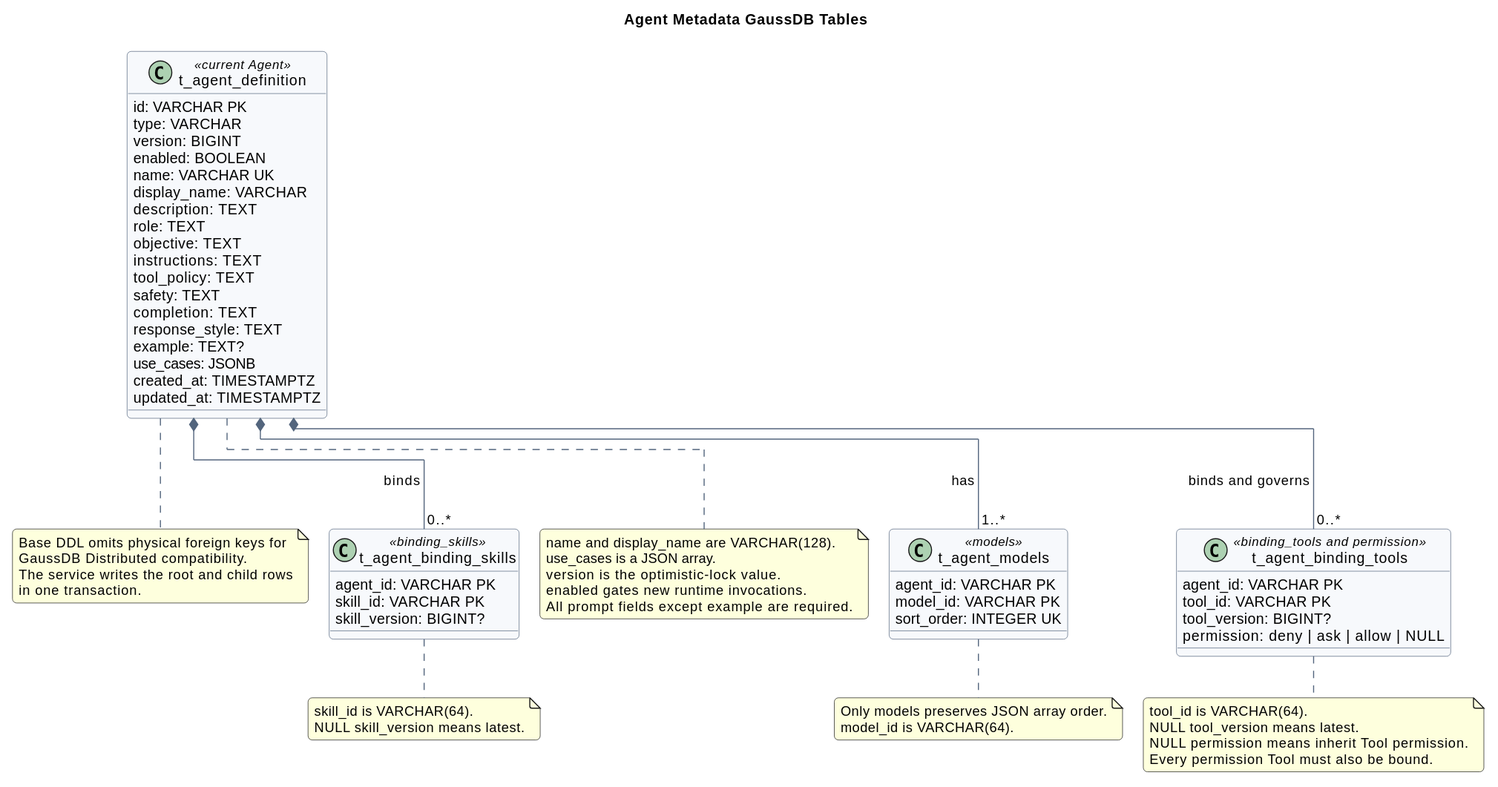
Before: agent-metadata-gaussdb-design/agent_metadata_gaussdb_model.svg, a diagram exported from PlantUML (superheromeZzh/pi-mono-java-design).
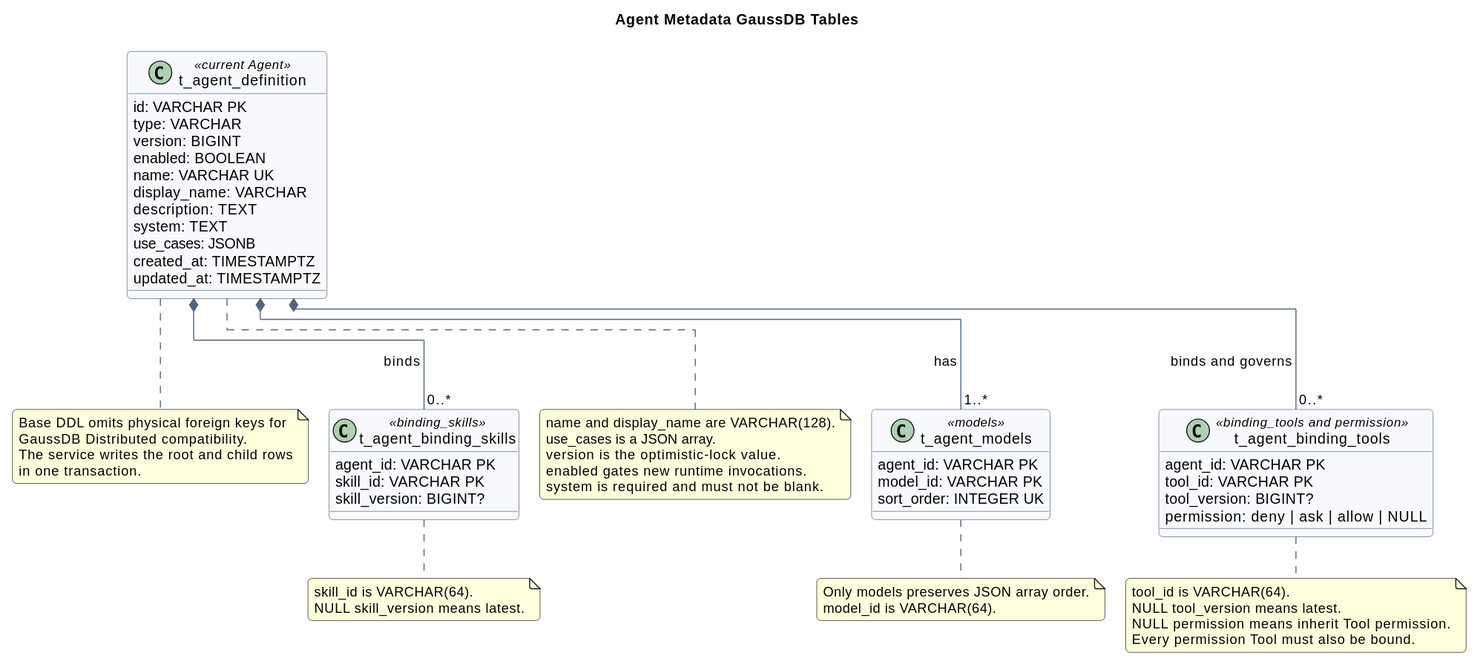
Above is the later version.

Commit message:
docs(agent): require a single system prompt

Change to the diagram source:
```diff
@@ -22,14 +22,7 @@
   name: VARCHAR UK
   display_name: VARCHAR
   description: TEXT
-  role: TEXT
-  objective: TEXT
-  instructions: TEXT
-  tool_policy: TEXT
-  safety: TEXT
-  completion: TEXT
-  response_style: TEXT
-  example: TEXT?
+  system: TEXT
   use_cases: JSONB
   created_at: TIMESTAMPTZ
   updated_at: TIMESTAMPTZ
@@ -63,7 +56,7 @@
 use_cases is a JSON array.
 version is the optimistic-lock value.
 enabled gates new runtime invocations.
-All prompt fields except example are required.
+system is required and must not be blank.
 end note
 
 note right of t_agent_models
```
